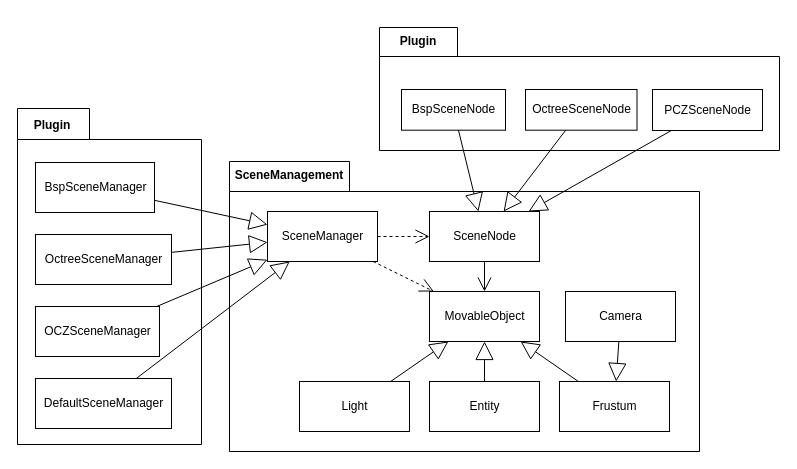
The draw.io diagram page "Page-1" (1 of 2) of Ogre/Ogre场景模块.drawio in VistorJeff/Knowledge, before the edit. Source tidied: cells renumbered, new cells numbered last; positions are measured from the earlier drawing's top-left corner, leaving out a move shared by most shapes. Both pictures are drawn from the tidied source at 100%, with x=0, y=0 at pixel (17, 27).
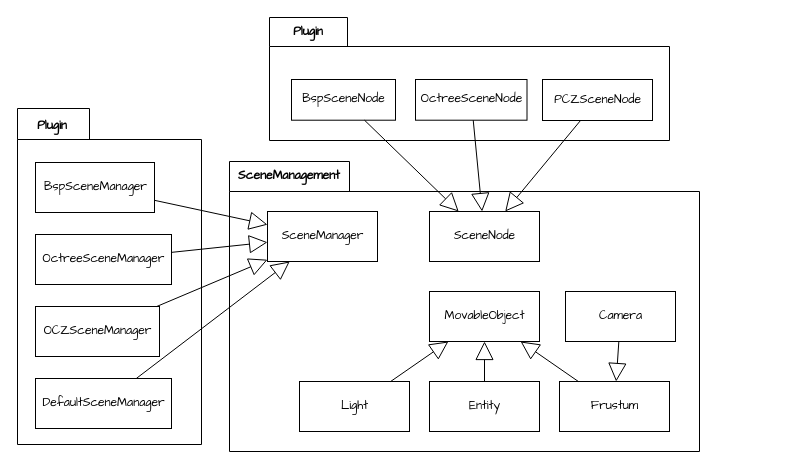
After the change.

The edit, as a diff of the source:
```diff
@@
-    <mxCell id="2" style="group;" parent="1" vertex="1">
+    <mxCell id="2" style="group;fontFamily=Comic Sans MS;" parent="1" vertex="1">
       <mxGeometry y="81" width="184" height="336" as="geometry" />
     </mxCell>
-    <mxCell id="3" style="shape=folder;fontStyle=1;spacingTop=10;tabWidth=72;tabHeight=31;tabPosition=left;html=1;align=center;" parent="2" vertex="1">
+    <mxCell id="3" style="shape=folder;fontStyle=1;spacingTop=10;tabWidth=72;tabHeight=31;tabPosition=left;html=1;align=center;fontFamily=Comic Sans MS;" parent="2" vertex="1">
       <mxGeometry width="184" height="336" as="geometry" />
     </mxCell>
-    <mxCell id="4" value="Plugin" style="text;align=center;fontStyle=1;verticalAlign=middle;spacingLeft=3;spacingRight=3;strokeColor=none;" parent="2" vertex="1">
+    <mxCell id="4" value="Plugin" style="text;align=center;fontStyle=1;verticalAlign=middle;spacingLeft=3;spacingRight=3;strokeColor=none;fontFamily=Comic Sans MS;" parent="2" vertex="1">
       <mxGeometry y="3" width="70" height="26" as="geometry" />
     </mxCell>
-    <mxCell id="5" value="BspSceneManager" style="html=1;align=center;" parent="2" vertex="1">
+    <mxCell id="5" value="BspSceneManager" style="html=1;align=center;fontFamily=Comic Sans MS;" parent="2" vertex="1">
       <mxGeometry x="18" y="54" width="119" height="50" as="geometry" />
     </mxCell>
-    <mxCell id="6" value="OctreeSceneManager" style="html=1;align=center;" parent="2" vertex="1">
+    <mxCell id="6" value="OctreeSceneManager" style="html=1;align=center;fontFamily=Comic Sans MS;" parent="2" vertex="1">
       <mxGeometry x="18" y="126" width="136" height="50" as="geometry" />
     </mxCell>
-    <mxCell id="7" value="OCZSceneManager" style="html=1;align=center;" parent="2" vertex="1">
+    <mxCell id="7" value="OCZSceneManager" style="html=1;align=center;fontFamily=Comic Sans MS;" parent="2" vertex="1">
       <mxGeometry x="18" y="198" width="124" height="50" as="geometry" />
     </mxCell>
-    <mxCell id="8" value="DefaultSceneManager" style="html=1;align=center;" parent="2" vertex="1">
+    <mxCell id="8" value="DefaultSceneManager" style="html=1;align=center;fontFamily=Comic Sans MS;" parent="2" vertex="1">
       <mxGeometry x="18" y="270" width="136" height="50" as="geometry" />
     </mxCell>
-    <mxCell id="9" style="group;" parent="1" vertex="1">
-      <mxGeometry x="362" width="400" height="123" as="geometry" />
+    <mxCell id="9" style="group;fontFamily=Comic Sans MS;" parent="1" vertex="1">
+      <mxGeometry x="252" y="-10" width="400" height="123" as="geometry" />
     </mxCell>
-    <mxCell id="10" style="shape=folder;fontStyle=1;spacingTop=10;tabWidth=78;tabHeight=29;tabPosition=left;html=1;align=center;" parent="9" vertex="1">
+    <mxCell id="10" style="shape=folder;fontStyle=1;spacingTop=10;tabWidth=78;tabHeight=29;tabPosition=left;html=1;align=center;fontFamily=Comic Sans MS;" parent="9" vertex="1">
       <mxGeometry width="400" height="123" as="geometry" />
     </mxCell>
-    <mxCell id="11" value="Plugin" style="text;align=center;fontStyle=1;verticalAlign=middle;spacingLeft=3;spacingRight=3;strokeColor=none;" parent="9" vertex="1">
+    <mxCell id="11" value="Plugin" style="text;align=center;fontStyle=1;verticalAlign=middle;spacingLeft=3;spacingRight=3;strokeColor=none;fontFamily=Comic Sans MS;" parent="9" vertex="1">
       <mxGeometry width="78" height="26.4" as="geometry" />
     </mxCell>
-    <mxCell id="12" value="BspSceneNode" style="html=1;align=center;" parent="9" vertex="1">
+    <mxCell id="12" value="BspSceneNode" style="html=1;align=center;fontFamily=Comic Sans MS;" parent="9" vertex="1">
       <mxGeometry x="22" y="62" width="104" height="40.7" as="geometry" />
     </mxCell>
-    <mxCell id="13" value="OctreeSceneNode" style="html=1;align=center;" parent="9" vertex="1">
+    <mxCell id="13" value="OctreeSceneNode" style="html=1;align=center;fontFamily=Comic Sans MS;" parent="9" vertex="1">
       <mxGeometry x="146" y="62" width="111.5" height="40.7" as="geometry" />
     </mxCell>
-    <mxCell id="14" value="PCZSceneNode" style="html=1;align=center;" parent="9" vertex="1">
+    <mxCell id="14" value="PCZSceneNode" style="html=1;align=center;fontFamily=Comic Sans MS;" parent="9" vertex="1">
       <mxGeometry x="273" y="62" width="110" height="41" as="geometry" />
     </mxCell>
-    <mxCell id="15" style="group;" parent="1" vertex="1">
+    <mxCell id="15" style="group;fontFamily=Comic Sans MS;" parent="1" vertex="1">
       <mxGeometry x="212" y="134" width="470" height="290" as="geometry" />
     </mxCell>
-    <mxCell id="16" style="shape=folder;fontStyle=1;spacingTop=10;tabWidth=120;tabHeight=30;tabPosition=left;html=1;align=center;labelPosition=center;verticalLabelPosition=top;verticalAlign=bottom;" parent="15" vertex="1">
+    <mxCell id="16" style="shape=folder;fontStyle=1;spacingTop=10;tabWidth=120;tabHeight=30;tabPosition=left;html=1;align=center;labelPosition=center;verticalLabelPosition=top;verticalAlign=bottom;fontFamily=Comic Sans MS;" parent="15" vertex="1">
       <mxGeometry width="470" height="290" as="geometry" />
     </mxCell>
-    <mxCell id="17" value="SceneManagement" style="text;align=center;fontStyle=1;verticalAlign=middle;spacingLeft=3;spacingRight=3;strokeColor=none;" parent="15" vertex="1">
+    <mxCell id="17" value="SceneManagement" style="text;align=center;fontStyle=1;verticalAlign=middle;spacingLeft=3;spacingRight=3;strokeColor=none;fontFamily=Comic Sans MS;" parent="15" vertex="1">
       <mxGeometry width="120" height="26" as="geometry" />
     </mxCell>
-    <mxCell id="18" value="MovableObject" style="html=1;" parent="15" vertex="1">
+    <mxCell id="18" value="MovableObject" style="html=1;fontFamily=Comic Sans MS;" parent="15" vertex="1">
       <mxGeometry x="200" y="130" width="110" height="50" as="geometry" />
     </mxCell>
-    <mxCell id="19" value="Light" style="html=1;align=center;" parent="15" vertex="1">
+    <mxCell id="19" value="Light" style="html=1;align=center;fontFamily=Comic Sans MS;" parent="15" vertex="1">
       <mxGeometry x="70" y="220" width="110" height="50" as="geometry" />
     </mxCell>
-    <mxCell id="20" value="Entity" style="html=1;align=center;" parent="15" vertex="1">
+    <mxCell id="20" value="Entity" style="html=1;align=center;fontFamily=Comic Sans MS;" parent="15" vertex="1">
       <mxGeometry x="200" y="220" width="110" height="50" as="geometry" />
     </mxCell>
-    <mxCell id="21" value="Frustum" style="html=1;align=center;" parent="15" vertex="1">
+    <mxCell id="21" value="Frustum" style="html=1;align=center;fontFamily=Comic Sans MS;" parent="15" vertex="1">
       <mxGeometry x="330" y="220" width="110" height="50" as="geometry" />
     </mxCell>
-    <mxCell id="22" style="endArrow=block;endSize=16;endFill=0;html=1;" parent="15" edge="1" source="19" target="18">
+    <mxCell id="22" style="endArrow=block;endSize=16;endFill=0;html=1;fontFamily=Comic Sans MS;" parent="15" edge="1" source="19" target="18">
       <mxGeometry relative="1" as="geometry" />
     </mxCell>
-    <mxCell id="23" style="endArrow=block;endSize=16;endFill=0;html=1;" parent="15" edge="1" source="20" target="18">
+    <mxCell id="23" style="endArrow=block;endSize=16;endFill=0;html=1;fontFamily=Comic Sans MS;" parent="15" edge="1" source="20" target="18">
       <mxGeometry relative="1" as="geometry" />
     </mxCell>
-    <mxCell id="24" style="endArrow=block;endSize=16;endFill=0;html=1;" parent="15" edge="1" source="21" target="18">
+    <mxCell id="24" style="endArrow=block;endSize=16;endFill=0;html=1;fontFamily=Comic Sans MS;" parent="15" edge="1" source="21" target="18">
       <mxGeometry relative="1" as="geometry" />
     </mxCell>
-    <mxCell id="25" value="SceneNode" style="html=1;align=center;" parent="15" vertex="1">
+    <mxCell id="25" value="SceneNode" style="html=1;align=center;fontFamily=Comic Sans MS;" parent="15" vertex="1">
       <mxGeometry x="200" y="50" width="110" height="50" as="geometry" />
     </mxCell>
-    <mxCell id="26" value="SceneManager" style="html=1;align=center;" parent="15" vertex="1">
+    <mxCell id="26" value="SceneManager" style="html=1;align=center;fontFamily=Comic Sans MS;" parent="15" vertex="1">
       <mxGeometry x="38" y="50" width="110" height="50" as="geometry" />
     </mxCell>
-    <mxCell id="27" style="endArrow=open;endFill=1;endSize=12;html=1;" parent="15" edge="1" source="25" target="18">
-      <mxGeometry relative="1" as="geometry" />
-    </mxCell>
-    <mxCell id="28" style="endArrow=open;endSize=12;dashed=1;html=1;" parent="15" edge="1" source="26" target="25">
-      <mxGeometry relative="1" as="geometry" />
-    </mxCell>
-    <mxCell id="29" style="endArrow=open;endSize=12;dashed=1;html=1;" parent="15" edge="1" source="26" target="18">
-      <mxGeometry relative="1" as="geometry" />
-    </mxCell>
-    <mxCell id="30" value="Camera" style="html=1;align=center;" parent="15" vertex="1">
+    <mxCell id="30" value="Camera" style="html=1;align=center;fontFamily=Comic Sans MS;" parent="15" vertex="1">
       <mxGeometry x="336" y="130" width="110" height="50" as="geometry" />
     </mxCell>
-    <mxCell id="31" style="endArrow=block;endSize=16;endFill=0;html=1;" parent="15" edge="1" source="30" target="21">
+    <mxCell id="31" style="endArrow=block;endSize=16;endFill=0;html=1;fontFamily=Comic Sans MS;" parent="15" edge="1" source="30" target="21">
       <mxGeometry relative="1" as="geometry" />
     </mxCell>
-    <mxCell id="32" style="endArrow=block;endSize=16;endFill=0;html=1;" parent="1" edge="1" source="12" target="25">
+    <mxCell id="32" style="endArrow=block;endSize=16;endFill=0;html=1;fontFamily=Comic Sans MS;" parent="1" edge="1" source="12" target="25">
       <mxGeometry relative="1" as="geometry" />
     </mxCell>
-    <mxCell id="33" style="endArrow=block;endSize=16;endFill=0;html=1;" parent="1" edge="1" source="13" target="25">
+    <mxCell id="33" style="endArrow=block;endSize=16;endFill=0;html=1;fontFamily=Comic Sans MS;" parent="1" edge="1" source="13" target="25">
       <mxGeometry relative="1" as="geometry" />
     </mxCell>
-    <mxCell id="34" style="endArrow=block;endSize=16;endFill=0;html=1;" parent="1" edge="1" source="14" target="25">
+    <mxCell id="34" style="endArrow=block;endSize=16;endFill=0;html=1;fontFamily=Comic Sans MS;" parent="1" edge="1" source="14" target="25">
       <mxGeometry relative="1" as="geometry" />
     </mxCell>
-    <mxCell id="35" style="endArrow=block;endSize=16;endFill=0;html=1;" parent="1" edge="1" source="5" target="26">
+    <mxCell id="35" style="endArrow=block;endSize=16;endFill=0;html=1;fontFamily=Comic Sans MS;" parent="1" edge="1" source="5" target="26">
       <mxGeometry relative="1" as="geometry" />
     </mxCell>
-    <mxCell id="36" style="endArrow=block;endSize=16;endFill=0;html=1;" parent="1" edge="1" source="6" target="26">
+    <mxCell id="36" style="endArrow=block;endSize=16;endFill=0;html=1;fontFamily=Comic Sans MS;" parent="1" edge="1" source="6" target="26">
       <mxGeometry relative="1" as="geometry" />
     </mxCell>
-    <mxCell id="37" style="endArrow=block;endSize=16;endFill=0;html=1;" parent="1" edge="1" source="7" target="26">
+    <mxCell id="37" style="endArrow=block;endSize=16;endFill=0;html=1;fontFamily=Comic Sans MS;" parent="1" edge="1" source="7" target="26">
       <mxGeometry relative="1" as="geometry" />
     </mxCell>
-    <mxCell id="38" style="endArrow=block;endSize=16;endFill=0;html=1;" parent="1" edge="1" source="8" target="26">
+    <mxCell id="38" style="endArrow=block;endSize=16;endFill=0;html=1;fontFamily=Comic Sans MS;" parent="1" edge="1" source="8" target="26">
       <mxGeometry relative="1" as="geometry" />
     </mxCell>
```
